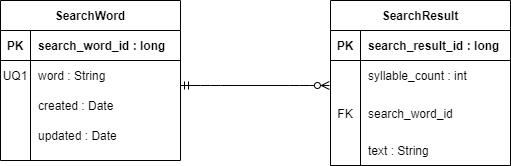
The draw.io diagram docs/img/erd.png in Curtis19-99/freestyle-rhyme, before a commit. Source tidied: cells renumbered, new cells last; positions are measured from the earlier drawing's top-left corner, leaving out a move shared by most shapes.
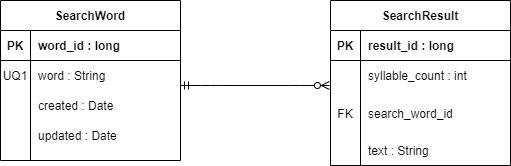
The same diagram one commit later.

Commit message:
Added links and another renamed Erd along with updated user stories and external devices.

Diff of the diagram source:
```diff
@@ -11,7 +11,7 @@
     <mxCell id="4" value="PK" style="shape=partialRectangle;fillColor=none;top=0;left=0;bottom=0;right=0;fontStyle=1;overflow=hidden;" parent="3" vertex="1">
       <mxGeometry width="30" height="30" as="geometry" />
     </mxCell>
-    <mxCell id="5" value="search_word_id : long" style="shape=partialRectangle;fillColor=none;top=0;left=0;bottom=0;right=0;align=left;spacingLeft=6;fontStyle=1;overflow=hidden;" parent="3" vertex="1">
+    <mxCell id="5" value="word_id : long" style="shape=partialRectangle;fillColor=none;top=0;left=0;bottom=0;right=0;align=left;spacingLeft=6;fontStyle=1;overflow=hidden;" parent="3" vertex="1">
       <mxGeometry x="30" width="150" height="30" as="geometry" />
     </mxCell>
     <mxCell id="6" style="shape=partialRectangle;fillColor=none;top=0;left=0;bottom=0;right=0;" parent="2" vertex="1">
@@ -55,7 +55,7 @@
     <mxCell id="18" value="PK" style="shape=partialRectangle;fillColor=none;top=0;left=0;bottom=0;right=0;fontStyle=1;overflow=hidden;" parent="17" vertex="1">
       <mxGeometry width="30" height="30" as="geometry" />
     </mxCell>
-    <mxCell id="19" value="search_result_id : long" style="shape=partialRectangle;fillColor=none;top=0;left=0;bottom=0;right=0;align=left;spacingLeft=6;fontStyle=1;overflow=hidden;" parent="17" vertex="1">
+    <mxCell id="19" value="result_id : long" style="shape=partialRectangle;fillColor=none;top=0;left=0;bottom=0;right=0;align=left;spacingLeft=6;fontStyle=1;overflow=hidden;" parent="17" vertex="1">
       <mxGeometry x="30" width="150" height="30" as="geometry" />
     </mxCell>
     <mxCell id="20" style="shape=partialRectangle;fillColor=none;top=0;left=0;bottom=0;right=0;points=[[0,0.5],[1,0.5]];portConstraint=eastwest;" parent="16" vertex="1">
```
